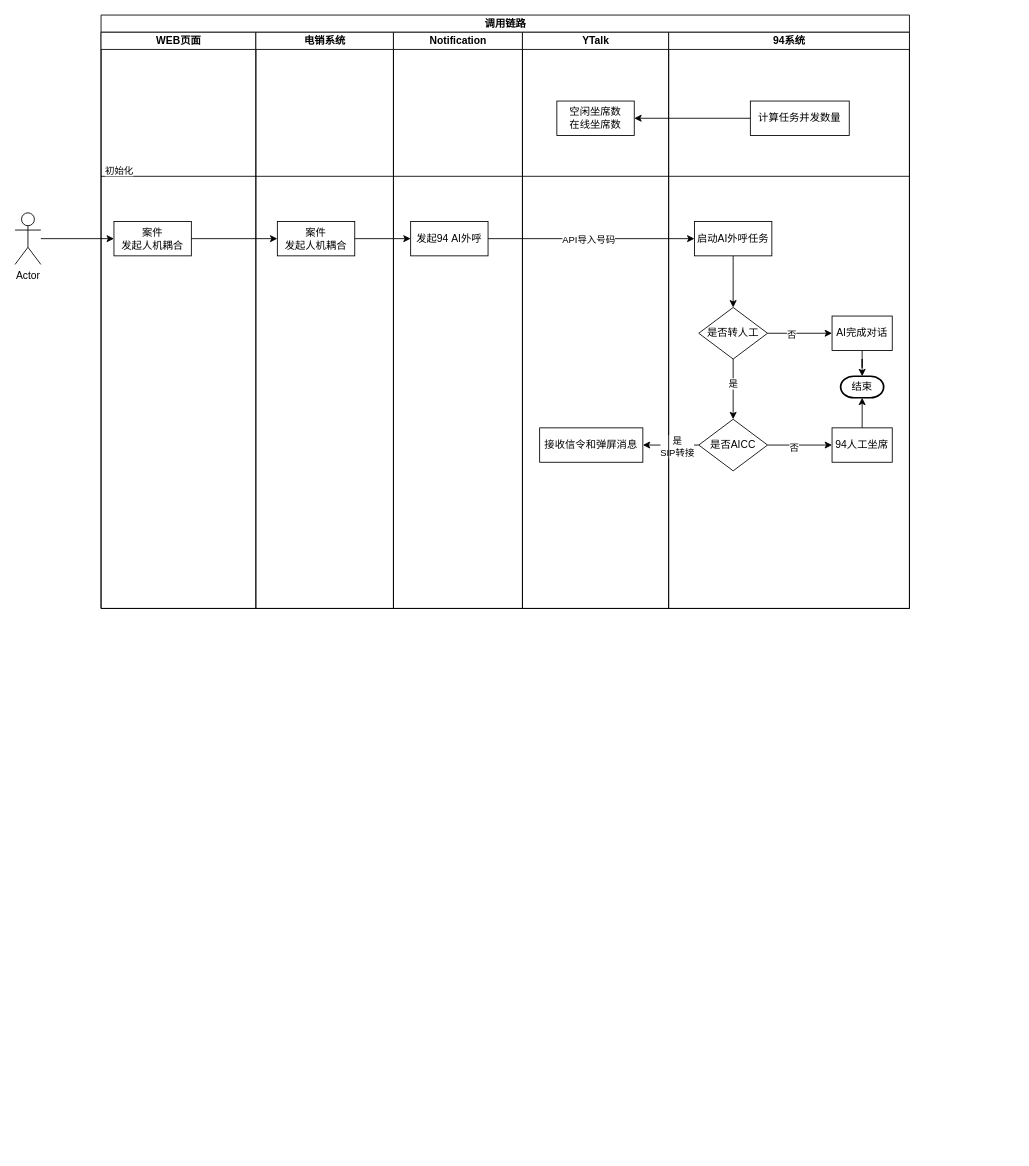
Earlier version of the draw.io diagram page "调用链路" (2 of 2) of 人机耦合设计.drawio (ABIN-DS/flowchart). Source tidied: cells renumbered, new cells numbered last; positions are measured from the earlier drawing's top-left corner, leaving out a move shared by most shapes. Both pictures are drawn from the tidied source at 86%, with x=0, y=0 at pixel (15, 15).
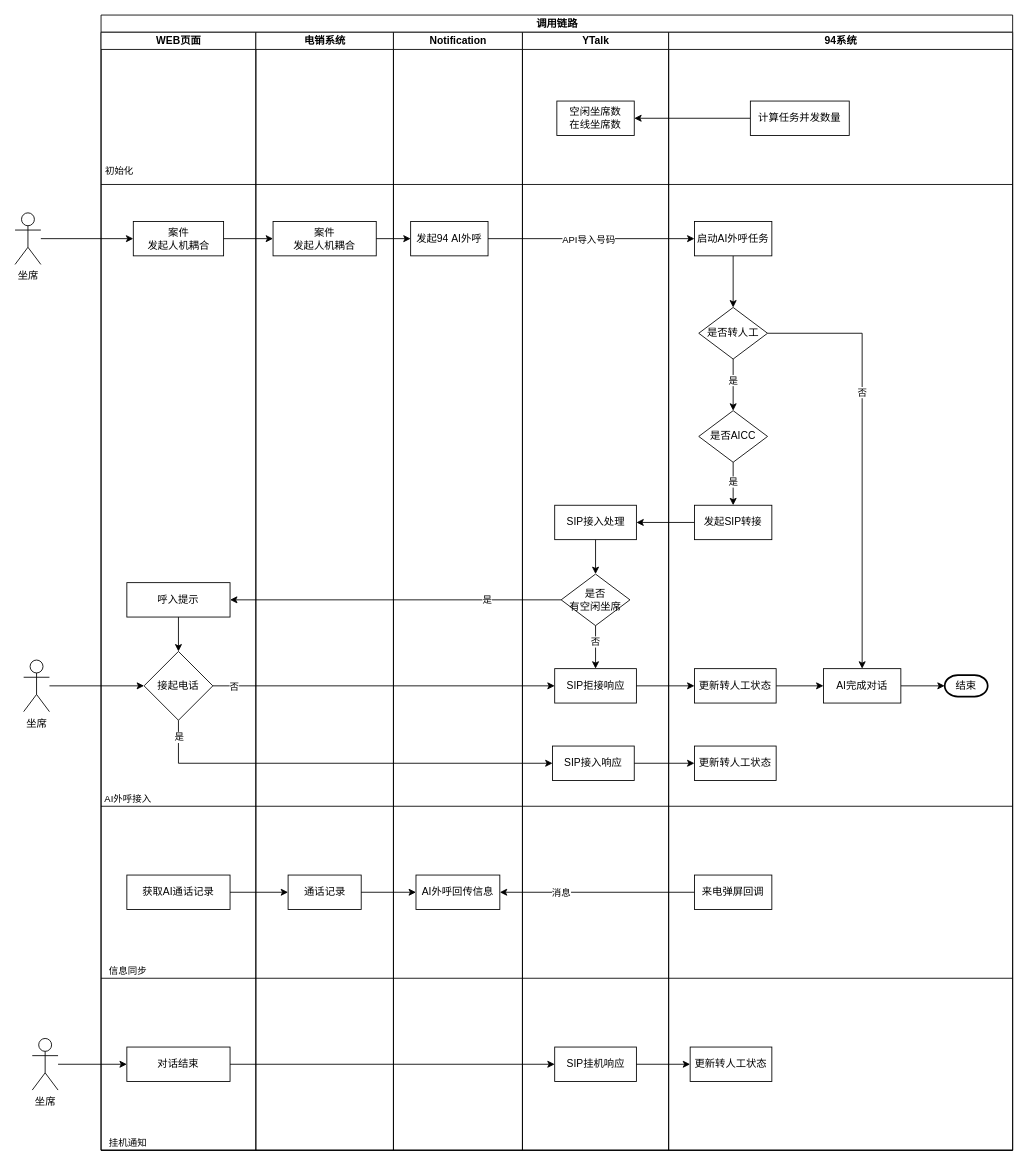
After the change.

Commit message (it also covers changes not shown here):
更新人机耦合设计.drawio

The change refers to these unchanged cells:
```xml
<mxCell id="11" value="空闲坐席数&lt;br&gt;在线坐席数" style="rounded=0;whiteSpace=wrap;html=1;" parent="9" vertex="1">
  <mxGeometry x="40" y="80" width="90" height="40" as="geometry" />
</mxCell>
<mxCell id="25" value="是否转人工" style="rhombus;whiteSpace=wrap;html=1;rounded=0;" parent="18" vertex="1">
  <mxGeometry x="35" y="320" width="80" height="60" as="geometry" />
</mxCell>
```

What changed in the source:
```diff
@@
     <mxCell id="2" value="调用链路" style="swimlane;startSize=20;html=1;" parent="1" vertex="1">
-      <mxGeometry x="100" width="940" height="690" as="geometry" />
+      <mxGeometry x="100" width="1060" height="1320" as="geometry" />
     </mxCell>
     <mxCell id="3" value="WEB页面" style="swimlane;startSize=20;html=1;fontSize=12;" parent="2" vertex="1">
-      <mxGeometry y="20" width="180" height="670" as="geometry" />
+      <mxGeometry y="20" width="180" height="1300" as="geometry" />
     </mxCell>
     <mxCell id="4" value="案件&lt;br&gt;发起人机耦合" style="rounded=0;whiteSpace=wrap;html=1;" parent="3" vertex="1">
-      <mxGeometry x="15" y="220" width="90" height="40" as="geometry" />
+      <mxGeometry x="37.5" y="220" width="105" height="40" as="geometry" />
     </mxCell>
+    <mxCell id="40" style="edgeStyle=orthogonalEdgeStyle;rounded=0;jettySize=auto;html=1;" parent="3" edge="1" source="41" target="42">
+      <mxGeometry relative="1" as="geometry" />
+    </mxCell>
+    <mxCell id="41" value="呼入提示" style="rounded=0;whiteSpace=wrap;html=1;" parent="3" vertex="1">
+      <mxGeometry x="30" y="640" width="120" height="40" as="geometry" />
+    </mxCell>
+    <mxCell id="42" value="接起电话" style="rhombus;whiteSpace=wrap;html=1;rounded=0;" parent="3" vertex="1">
+      <mxGeometry x="50" y="720" width="80" height="80" as="geometry" />
+    </mxCell>
+    <mxCell id="36" style="endArrow=none;html=1;rounded=0;" parent="3" edge="1">
+      <mxGeometry relative="1" as="geometry">
+        <mxPoint y="177" as="sourcePoint" />
+        <mxPoint x="1060" y="177" as="targetPoint" />
+      </mxGeometry>
+    </mxCell>
+    <mxCell id="37" value="初始化" style="edgeLabel;html=1;align=center;verticalAlign=middle;" parent="36" vertex="1">
+      <mxGeometry x="-0.96" relative="1" as="geometry">
+        <mxPoint x="-1" y="-17" as="offset" />
+      </mxGeometry>
+    </mxCell>
+    <mxCell id="43" value="获取AI通话记录" style="rounded=0;whiteSpace=wrap;html=1;" parent="3" vertex="1">
+      <mxGeometry x="30" y="980" width="120" height="40" as="geometry" />
+    </mxCell>
+    <mxCell id="44" value="对话结束" style="rounded=0;whiteSpace=wrap;html=1;" parent="3" vertex="1">
+      <mxGeometry x="30" y="1180" width="120" height="40" as="geometry" />
+    </mxCell>
+    <mxCell id="45" style="endArrow=none;html=1;rounded=0;" parent="3" edge="1">
+      <mxGeometry relative="1" as="geometry">
+        <mxPoint y="1100" as="sourcePoint" />
+        <mxPoint x="1060" y="1100" as="targetPoint" />
+      </mxGeometry>
+    </mxCell>
+    <mxCell id="46" value="信息同步" style="edgeLabel;html=1;align=center;verticalAlign=middle;" parent="45" vertex="1">
+      <mxGeometry x="-0.96" relative="1" as="geometry">
+        <mxPoint x="9" y="-10" as="offset" />
+      </mxGeometry>
+    </mxCell>
+    <mxCell id="47" style="endArrow=none;html=1;rounded=0;" parent="3" edge="1">
+      <mxGeometry relative="1" as="geometry">
+        <mxPoint y="1300" as="sourcePoint" />
+        <mxPoint x="1060" y="1300" as="targetPoint" />
+      </mxGeometry>
+    </mxCell>
+    <mxCell id="48" value="挂机通知" style="edgeLabel;html=1;align=center;verticalAlign=middle;" parent="47" vertex="1">
+      <mxGeometry x="-0.96" relative="1" as="geometry">
+        <mxPoint x="9" y="-10" as="offset" />
+      </mxGeometry>
+    </mxCell>
     <mxCell id="5" value="电销系统" style="swimlane;startSize=20;html=1;fontSize=12;" parent="2" vertex="1">
-      <mxGeometry x="180" y="20" width="160" height="670" as="geometry" />
+      <mxGeometry x="180" y="20" width="160" height="1300" as="geometry" />
     </mxCell>
     <mxCell id="6" value="案件&lt;br&gt;发起人机耦合" style="rounded=0;whiteSpace=wrap;html=1;" parent="5" vertex="1">
-      <mxGeometry x="25" y="220" width="90" height="40" as="geometry" />
+      <mxGeometry x="20" y="220" width="120" height="40" as="geometry" />
     </mxCell>
+    <mxCell id="49" value="通话记录" style="rounded=0;whiteSpace=wrap;html=1;" parent="5" vertex="1">
+      <mxGeometry x="37.5" y="980" width="85" height="40" as="geometry" />
+    </mxCell>
     <mxCell id="7" value="Notification" style="swimlane;startSize=20;html=1;fontSize=12;" parent="2" vertex="1">
-      <mxGeometry x="340" y="20" width="150" height="670" as="geometry" />
+      <mxGeometry x="340" y="20" width="150" height="1300" as="geometry" />
     </mxCell>
@@
+    <mxCell id="50" style="endArrow=none;html=1;rounded=0;" parent="7" edge="1">
+      <mxGeometry relative="1" as="geometry">
+        <mxPoint x="-340" y="900" as="sourcePoint" />
+        <mxPoint x="720" y="900" as="targetPoint" />
+      </mxGeometry>
+    </mxCell>
+    <mxCell id="51" value="AI外呼接入" style="edgeLabel;html=1;align=center;verticalAlign=middle;" parent="50" vertex="1">
+      <mxGeometry x="-0.96" relative="1" as="geometry">
+        <mxPoint x="9" y="-10" as="offset" />
+      </mxGeometry>
+    </mxCell>
+    <mxCell id="52" value="AI外呼回传信息" style="rounded=0;whiteSpace=wrap;html=1;" parent="7" vertex="1">
+      <mxGeometry x="26.2" y="980" width="97.5" height="40" as="geometry" />
+    </mxCell>
     <mxCell id="9" value="YTalk" style="swimlane;startSize=20;html=1;fontSize=12;" parent="2" vertex="1">
-      <mxGeometry x="490" y="20" width="170" height="670" as="geometry" />
+      <mxGeometry x="490" y="20" width="170" height="1300" as="geometry" />
     </mxCell>
+    <mxCell id="53" style="edgeStyle=orthogonalEdgeStyle;rounded=0;jettySize=auto;html=1;" parent="9" edge="1" source="10" target="54">
+      <mxGeometry relative="1" as="geometry" />
+    </mxCell>
-    <mxCell id="10" value="接收信令和弹屏消息" style="rounded=0;whiteSpace=wrap;html=1;" parent="9" vertex="1">
-      <mxGeometry x="20" y="460" width="120" height="40" as="geometry" />
+    <mxCell id="10" value="SIP接入处理" style="rounded=0;whiteSpace=wrap;html=1;" parent="9" vertex="1">
+      <mxGeometry x="37.5" y="550" width="95" height="40" as="geometry" />
     </mxCell>
@@
+    <mxCell id="54" value="是否&lt;br&gt;有空闲坐席" style="rhombus;whiteSpace=wrap;html=1;rounded=0;" parent="9" vertex="1">
+      <mxGeometry x="45" y="630" width="80" height="60" as="geometry" />
+    </mxCell>
+    <mxCell id="55" value="SIP接入响应" style="rounded=0;whiteSpace=wrap;html=1;" parent="9" vertex="1">
+      <mxGeometry x="35" y="830" width="95" height="40" as="geometry" />
+    </mxCell>
+    <mxCell id="56" value="SIP挂机响应" style="rounded=0;whiteSpace=wrap;html=1;" parent="9" vertex="1">
+      <mxGeometry x="37.5" y="1180" width="95" height="40" as="geometry" />
+    </mxCell>
+    <mxCell id="57" value="SIP拒接响应" style="rounded=0;whiteSpace=wrap;html=1;" parent="9" vertex="1">
+      <mxGeometry x="37.5" y="740" width="95" height="40" as="geometry" />
+    </mxCell>
+    <mxCell id="58" style="edgeStyle=orthogonalEdgeStyle;rounded=0;jettySize=auto;html=1;entryX=0.5;entryY=0;entryDx=0;entryDy=0;" parent="9" edge="1" source="54" target="57">
+      <mxGeometry relative="1" as="geometry" />
+    </mxCell>
+    <mxCell id="59" value="否" style="edgeLabel;html=1;align=center;verticalAlign=middle;" parent="58" vertex="1">
+      <mxGeometry x="-0.29" y="-1" relative="1" as="geometry" />
+    </mxCell>
@@
-    <mxCell id="16" style="edgeStyle=orthogonalEdgeStyle;rounded=0;jettySize=auto;html=1;" parent="2" edge="1" source="31" target="10">
+    <mxCell id="16" style="edgeStyle=orthogonalEdgeStyle;rounded=0;jettySize=auto;html=1;entryX=1;entryY=0.5;entryDx=0;entryDy=0;exitX=0;exitY=0.5;exitDx=0;exitDy=0;" parent="2" edge="1" source="74" target="10">
       <mxGeometry relative="1" as="geometry" />
     </mxCell>
-    <mxCell id="17" value="是&lt;br&gt;SIP转接" style="edgeLabel;html=1;align=center;verticalAlign=middle;" parent="16" vertex="1">
-      <mxGeometry x="-0.2" y="1" relative="1" as="geometry" />
-    </mxCell>
+    <mxCell id="35" style="edgeStyle=orthogonalEdgeStyle;rounded=0;jettySize=auto;html=1;entryX=1;entryY=0.5;entryDx=0;entryDy=0;" parent="2" edge="1" source="34" target="11">
+      <mxGeometry relative="1" as="geometry" />
+    </mxCell>
+    <mxCell id="60" style="edgeStyle=orthogonalEdgeStyle;rounded=0;jettySize=auto;html=1;entryX=1;entryY=0.5;entryDx=0;entryDy=0;" parent="2" edge="1" source="54" target="41">
+      <mxGeometry relative="1" as="geometry" />
+    </mxCell>
+    <mxCell id="61" value="是" style="edgeLabel;html=1;align=center;verticalAlign=middle;" parent="60" vertex="1">
+      <mxGeometry x="-0.55" y="-1" relative="1" as="geometry" />
+    </mxCell>
+    <mxCell id="62" style="edgeStyle=orthogonalEdgeStyle;rounded=0;jettySize=auto;html=1;entryX=1;entryY=0.5;entryDx=0;entryDy=0;exitX=0;exitY=0.5;exitDx=0;exitDy=0;" parent="2" edge="1" source="71" target="52">
+      <mxGeometry relative="1" as="geometry" />
+    </mxCell>
+    <mxCell id="63" value="消息" style="edgeLabel;html=1;align=center;verticalAlign=middle;" parent="62" vertex="1">
+      <mxGeometry x="0.38" relative="1" as="geometry" />
+    </mxCell>
+    <mxCell id="64" style="edgeStyle=orthogonalEdgeStyle;rounded=0;jettySize=auto;html=1;entryX=0;entryY=0.5;entryDx=0;entryDy=0;" parent="2" edge="1" source="42" target="57">
+      <mxGeometry relative="1" as="geometry" />
+    </mxCell>
+    <mxCell id="65" value="否" style="edgeLabel;html=1;align=center;verticalAlign=middle;" parent="64" vertex="1">
+      <mxGeometry x="-0.88" relative="1" as="geometry" />
+    </mxCell>
+    <mxCell id="66" style="edgeStyle=orthogonalEdgeStyle;rounded=0;jettySize=auto;html=1;entryX=0;entryY=0.5;entryDx=0;entryDy=0;exitX=0.5;exitY=1;exitDx=0;exitDy=0;" parent="2" edge="1" source="42" target="55">
+      <mxGeometry relative="1" as="geometry" />
+    </mxCell>
+    <mxCell id="67" value="是" style="edgeLabel;html=1;align=center;verticalAlign=middle;" parent="66" vertex="1">
+      <mxGeometry x="-0.92" relative="1" as="geometry" />
+    </mxCell>
+    <mxCell id="68" style="edgeStyle=orthogonalEdgeStyle;rounded=0;jettySize=auto;html=1;entryX=0;entryY=0.5;entryDx=0;entryDy=0;entryPerimeter=0;" parent="2" edge="1" source="56" target="76">
+      <mxGeometry relative="1" as="geometry" />
+    </mxCell>
+    <mxCell id="69" style="edgeStyle=orthogonalEdgeStyle;rounded=0;jettySize=auto;html=1;" parent="2" edge="1" source="44" target="56">
+      <mxGeometry relative="1" as="geometry" />
+    </mxCell>
+    <mxCell id="70" style="edgeStyle=orthogonalEdgeStyle;rounded=0;jettySize=auto;html=1;" parent="2" edge="1" source="55" target="75">
+      <mxGeometry relative="1" as="geometry" />
+    </mxCell>
     <mxCell id="18" value="94系统" style="swimlane;startSize=20;html=1;fontSize=12;" parent="2" vertex="1">
-      <mxGeometry x="660" y="20" width="280" height="670" as="geometry" />
+      <mxGeometry x="660" y="20" width="400" height="1300" as="geometry" />
     </mxCell>
@@
-    <mxCell id="21" style="edgeStyle=orthogonalEdgeStyle;rounded=0;jettySize=auto;html=1;entryX=0;entryY=0.5;entryDx=0;entryDy=0;" parent="18" edge="1" source="25" target="28">
+    <mxCell id="21" style="edgeStyle=orthogonalEdgeStyle;rounded=0;jettySize=auto;html=1;entryX=0.5;entryY=0;entryDx=0;entryDy=0;" parent="18" edge="1" source="25" target="28">
       <mxGeometry relative="1" as="geometry" />
     </mxCell>
@@
     <mxCell id="26" value="结束" style="strokeWidth=2;html=1;shape=mxgraph.flowchart.terminator;whiteSpace=wrap;" parent="18" vertex="1">
-      <mxGeometry x="200" y="400" width="50" height="25" as="geometry" />
+      <mxGeometry x="321" y="747.5" width="50" height="25" as="geometry" />
     </mxCell>
+    <mxCell id="31" value="是否AICC" style="rhombus;whiteSpace=wrap;html=1;rounded=0;" parent="18" vertex="1">
+      <mxGeometry x="35" y="440" width="80" height="60" as="geometry" />
+    </mxCell>
+    <mxCell id="34" value="计算任务并发数量" style="rounded=0;whiteSpace=wrap;html=1;" parent="18" vertex="1">
+      <mxGeometry x="95" y="80" width="115" height="40" as="geometry" />
+    </mxCell>
-    <mxCell id="27" style="edgeStyle=orthogonalEdgeStyle;rounded=0;jettySize=auto;html=1;entryX=0.5;entryY=0;entryDx=0;entryDy=0;entryPerimeter=0;" parent="18" edge="1" source="28" target="26">
+    <mxCell id="27" style="edgeStyle=orthogonalEdgeStyle;rounded=0;jettySize=auto;html=1;entryX=0;entryY=0.5;entryDx=0;entryDy=0;entryPerimeter=0;" parent="18" edge="1" source="28" target="26">
       <mxGeometry relative="1" as="geometry" />
     </mxCell>
     <mxCell id="28" value="AI完成对话" style="rounded=0;whiteSpace=wrap;html=1;" parent="18" vertex="1">
-      <mxGeometry x="190" y="330" width="70" height="40" as="geometry" />
+      <mxGeometry x="180" y="740" width="90" height="40" as="geometry" />
     </mxCell>
-    <mxCell id="29" style="edgeStyle=orthogonalEdgeStyle;rounded=0;jettySize=auto;html=1;" parent="18" edge="1" source="31" target="33">
-      <mxGeometry relative="1" as="geometry" />
-    </mxCell>
-    <mxCell id="30" value="否" style="edgeLabel;html=1;align=center;verticalAlign=middle;" parent="29" vertex="1">
-      <mxGeometry x="-0.2" y="-2" relative="1" as="geometry" />
-    </mxCell>
-    <mxCell id="31" value="是否AICC" style="rhombus;whiteSpace=wrap;html=1;rounded=0;" parent="18" vertex="1">
-      <mxGeometry x="35" y="450" width="80" height="60" as="geometry" />
-    </mxCell>
-    <mxCell id="32" style="edgeStyle=orthogonalEdgeStyle;rounded=0;jettySize=auto;html=1;exitX=0.5;exitY=0;exitDx=0;exitDy=0;entryX=0.5;entryY=1;entryDx=0;entryDy=0;entryPerimeter=0;" parent="18" edge="1" source="33" target="26">
-      <mxGeometry relative="1" as="geometry" />
-    </mxCell>
-    <mxCell id="33" value="94人工坐席" style="rounded=0;whiteSpace=wrap;html=1;" parent="18" vertex="1">
-      <mxGeometry x="190" y="460" width="70" height="40" as="geometry" />
-    </mxCell>
-    <mxCell id="34" value="计算任务并发数量" style="rounded=0;whiteSpace=wrap;html=1;" parent="18" vertex="1">
-      <mxGeometry x="95" y="80" width="115" height="40" as="geometry" />
-    </mxCell>
-    <mxCell id="35" style="edgeStyle=orthogonalEdgeStyle;rounded=0;jettySize=auto;html=1;entryX=1;entryY=0.5;entryDx=0;entryDy=0;" parent="2" edge="1" source="34" target="11">
-      <mxGeometry relative="1" as="geometry" />
-    </mxCell>
-    <mxCell id="36" style="endArrow=none;html=1;rounded=0;entryX=1;entryY=0.25;entryDx=0;entryDy=0;exitX=0;exitY=0.25;exitDx=0;exitDy=0;" parent="2" edge="1" source="3" target="18">
-      <mxGeometry relative="1" as="geometry" />
-    </mxCell>
-    <mxCell id="37" value="初始化" style="edgeLabel;html=1;align=center;verticalAlign=middle;" parent="36" vertex="1">
-      <mxGeometry x="-0.96" relative="1" as="geometry">
-        <mxPoint x="1" y="-7" as="offset" />
-      </mxGeometry>
-    </mxCell>
+    <mxCell id="71" value="来电弹屏回调" style="rounded=0;whiteSpace=wrap;html=1;" parent="18" vertex="1">
+      <mxGeometry x="30" y="980" width="90" height="40" as="geometry" />
+    </mxCell>
+    <mxCell id="72" style="edgeStyle=orthogonalEdgeStyle;rounded=0;jettySize=auto;html=1;" parent="18" edge="1" source="31" target="74">
+      <mxGeometry relative="1" as="geometry" />
+    </mxCell>
+    <mxCell id="73" value="是" style="edgeLabel;html=1;align=center;verticalAlign=middle;" parent="72" vertex="1">
+      <mxGeometry x="-0.12" y="-1" relative="1" as="geometry" />
+    </mxCell>
+    <mxCell id="74" value="发起SIP转接" style="rounded=0;whiteSpace=wrap;html=1;" parent="18" vertex="1">
+      <mxGeometry x="30" y="550" width="90" height="40" as="geometry" />
+    </mxCell>
+    <mxCell id="75" value="更新转人工状态" style="rounded=0;whiteSpace=wrap;html=1;" parent="18" vertex="1">
+      <mxGeometry x="30" y="830" width="95" height="40" as="geometry" />
+    </mxCell>
+    <mxCell id="76" value="更新转人工状态" style="rounded=0;whiteSpace=wrap;html=1;" parent="18" vertex="1">
+      <mxGeometry x="25" y="1180" width="95" height="40" as="geometry" />
+    </mxCell>
+    <mxCell id="77" style="edgeStyle=orthogonalEdgeStyle;rounded=0;jettySize=auto;html=1;entryX=0;entryY=0.5;entryDx=0;entryDy=0;" parent="18" edge="1" source="78" target="28">
+      <mxGeometry relative="1" as="geometry" />
+    </mxCell>
+    <mxCell id="78" value="更新转人工状态" style="rounded=0;whiteSpace=wrap;html=1;" parent="18" vertex="1">
+      <mxGeometry x="30" y="740" width="95" height="40" as="geometry" />
+    </mxCell>
+    <mxCell id="79" style="edgeStyle=orthogonalEdgeStyle;rounded=0;jettySize=auto;html=1;entryX=0;entryY=0.5;entryDx=0;entryDy=0;" parent="2" edge="1" source="57" target="78">
+      <mxGeometry relative="1" as="geometry" />
+    </mxCell>
+    <mxCell id="80" style="edgeStyle=none;rounded=0;jettySize=auto;html=1;entryX=0;entryY=0.5;entryDx=0;entryDy=0;" parent="2" edge="1" source="43" target="49">
+      <mxGeometry relative="1" as="geometry" />
+    </mxCell>
+    <mxCell id="81" style="edgeStyle=none;rounded=0;jettySize=auto;html=1;entryX=0;entryY=0.5;entryDx=0;entryDy=0;" parent="2" edge="1" source="49" target="52">
+      <mxGeometry relative="1" as="geometry" />
+    </mxCell>
@@
-    <mxCell id="39" value="Actor" style="shape=umlActor;verticalLabelPosition=bottom;verticalAlign=top;html=1;outlineConnect=0;" parent="1" vertex="1">
+    <mxCell id="39" value="坐席" style="shape=umlActor;verticalLabelPosition=bottom;verticalAlign=top;html=1;outlineConnect=0;" parent="1" vertex="1">
       <mxGeometry y="230" width="30" height="60" as="geometry" />
     </mxCell>
+    <mxCell id="82" style="edgeStyle=orthogonalEdgeStyle;rounded=0;jettySize=auto;html=1;entryX=0;entryY=0.5;entryDx=0;entryDy=0;" parent="1" edge="1" source="83" target="42">
+      <mxGeometry relative="1" as="geometry" />
+    </mxCell>
+    <mxCell id="83" value="坐席" style="shape=umlActor;verticalLabelPosition=bottom;verticalAlign=top;html=1;outlineConnect=0;" parent="1" vertex="1">
+      <mxGeometry x="10" y="750" width="30" height="60" as="geometry" />
+    </mxCell>
+    <mxCell id="84" style="edgeStyle=orthogonalEdgeStyle;rounded=0;jettySize=auto;html=1;entryX=0;entryY=0.5;entryDx=0;entryDy=0;" parent="1" edge="1" source="85" target="44">
+      <mxGeometry relative="1" as="geometry" />
+    </mxCell>
+    <mxCell id="85" value="坐席" style="shape=umlActor;verticalLabelPosition=bottom;verticalAlign=top;html=1;outlineConnect=0;" parent="1" vertex="1">
+      <mxGeometry x="20" y="1190" width="30" height="60" as="geometry" />
+    </mxCell>
```
